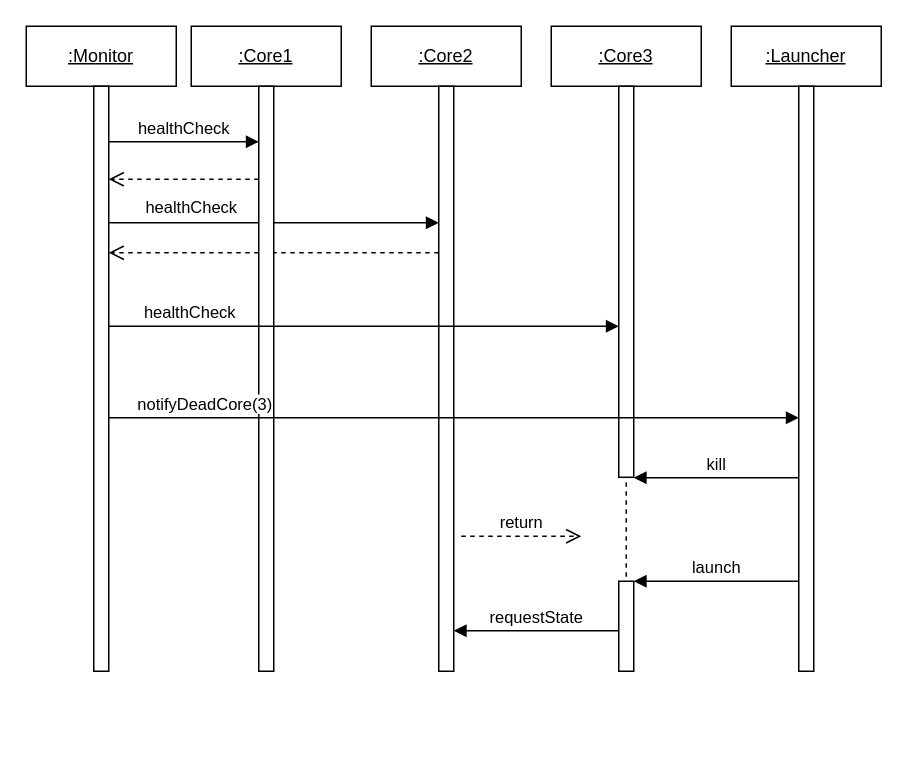
Earlier version of the draw.io diagram Diagrams/hotsparesequence.drawio (oskarbreindahl/Softwarebyggehygge). Source tidied: cells renumbered, new cells numbered last; positions are measured from the earlier drawing's top-left corner, leaving out a move shared by most shapes. Both pictures are drawn from the tidied source at 150%, with x=0, y=0 at pixel (26, 26).
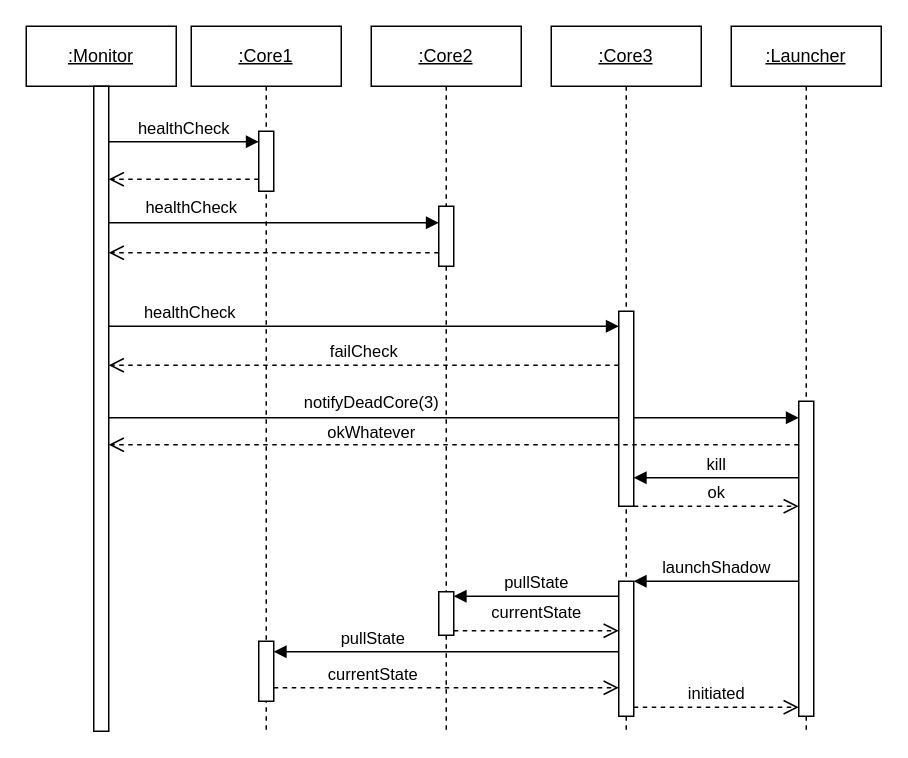
After the change.

The edit, as a diff of the source:
```diff
@@
+    <mxCell id="23" value="failCheck" style="html=1;verticalAlign=bottom;endArrow=open;dashed=1;endSize=8;curved=0;rounded=0;" parent="1" edge="1">
+      <mxGeometry relative="1" as="geometry">
+        <mxPoint x="395" y="226" as="sourcePoint" />
+        <mxPoint x="55" y="226" as="targetPoint" />
+      </mxGeometry>
+    </mxCell>
+    <mxCell id="18" value="notifyDeadCore(3)" style="html=1;verticalAlign=bottom;endArrow=block;curved=0;rounded=0;align=center;" parent="1" edge="1">
+      <mxGeometry x="-0.24" y="1" relative="1" as="geometry">
+        <mxPoint x="55" y="261" as="sourcePoint" />
+        <mxPoint x="515" y="261" as="targetPoint" />
+      </mxGeometry>
+    </mxCell>
@@
     <mxCell id="4" value="&lt;u&gt;:Monitor&lt;/u&gt;" style="shape=umlLifeline;perimeter=lifelinePerimeter;whiteSpace=wrap;html=1;newEdgeStyle={&quot;edgeStyle&quot;:&quot;elbowEdgeStyle&quot;,&quot;elbow&quot;:&quot;vertical&quot;,&quot;curved&quot;:0,&quot;rounded&quot;:0};" parent="1" vertex="1">
-      <mxGeometry width="100" height="430" as="geometry" />
+      <mxGeometry width="100" height="470" as="geometry" />
     </mxCell>
     <mxCell id="5" style="html=1;perimeter=orthogonalPerimeter;targetShapes=umlLifeline;newEdgeStyle={&quot;curved&quot;:0,&quot;rounded&quot;:0};" parent="4" vertex="1">
-      <mxGeometry x="45" y="40" width="10" height="390" as="geometry" />
+      <mxGeometry x="45" y="40" width="10" height="430" as="geometry" />
     </mxCell>
     <mxCell id="6" value="&lt;u&gt;:Core1&lt;/u&gt;" style="shape=umlLifeline;perimeter=lifelinePerimeter;whiteSpace=wrap;html=1;newEdgeStyle={&quot;edgeStyle&quot;:&quot;elbowEdgeStyle&quot;,&quot;elbow&quot;:&quot;vertical&quot;,&quot;curved&quot;:0,&quot;rounded&quot;:0};" parent="1" vertex="1">
-      <mxGeometry x="110" width="100" height="430" as="geometry" />
+      <mxGeometry x="110" width="100" height="470" as="geometry" />
     </mxCell>
     <mxCell id="7" style="html=1;perimeter=orthogonalPerimeter;targetShapes=umlLifeline;newEdgeStyle={&quot;curved&quot;:0,&quot;rounded&quot;:0};" parent="6" vertex="1">
-      <mxGeometry x="45" y="40" width="10" height="390" as="geometry" />
+      <mxGeometry x="45" y="70" width="10" height="40" as="geometry" />
     </mxCell>
+    <mxCell id="24" style="html=1;perimeter=orthogonalPerimeter;targetShapes=umlLifeline;newEdgeStyle={&quot;curved&quot;:0,&quot;rounded&quot;:0};" parent="6" vertex="1">
+      <mxGeometry x="45" y="410" width="10" height="40" as="geometry" />
+    </mxCell>
     <mxCell id="8" value="&lt;u&gt;:Core2&lt;/u&gt;" style="shape=umlLifeline;perimeter=lifelinePerimeter;whiteSpace=wrap;html=1;newEdgeStyle={&quot;edgeStyle&quot;:&quot;elbowEdgeStyle&quot;,&quot;elbow&quot;:&quot;vertical&quot;,&quot;curved&quot;:0,&quot;rounded&quot;:0};" parent="1" vertex="1">
-      <mxGeometry x="230" width="100" height="430" as="geometry" />
+      <mxGeometry x="230" width="100" height="470" as="geometry" />
     </mxCell>
     <mxCell id="9" style="html=1;perimeter=orthogonalPerimeter;targetShapes=umlLifeline;newEdgeStyle={&quot;curved&quot;:0,&quot;rounded&quot;:0};" parent="8" vertex="1">
-      <mxGeometry x="45" y="40" width="10" height="390" as="geometry" />
+      <mxGeometry x="45" y="120" width="10" height="40" as="geometry" />
     </mxCell>
+    <mxCell id="25" style="html=1;perimeter=orthogonalPerimeter;targetShapes=umlLifeline;newEdgeStyle={&quot;curved&quot;:0,&quot;rounded&quot;:0};" parent="8" vertex="1">
+      <mxGeometry x="45" y="377" width="10" height="29" as="geometry" />
+    </mxCell>
     <mxCell id="10" value="&lt;u&gt;:Core3&lt;/u&gt;" style="shape=umlLifeline;perimeter=lifelinePerimeter;whiteSpace=wrap;html=1;newEdgeStyle={&quot;edgeStyle&quot;:&quot;elbowEdgeStyle&quot;,&quot;elbow&quot;:&quot;vertical&quot;,&quot;curved&quot;:0,&quot;rounded&quot;:0};" parent="1" vertex="1">
-      <mxGeometry x="350" width="100" height="430" as="geometry" />
+      <mxGeometry x="350" width="100" height="470" as="geometry" />
     </mxCell>
     <mxCell id="11" style="html=1;perimeter=orthogonalPerimeter;targetShapes=umlLifeline;newEdgeStyle={&quot;curved&quot;:0,&quot;rounded&quot;:0};" parent="10" vertex="1">
-      <mxGeometry x="45" y="40" width="10" height="260.7" as="geometry" />
+      <mxGeometry x="45" y="190" width="10" height="130" as="geometry" />
     </mxCell>
     <mxCell id="12" style="html=1;points=[[0,0,0,0,5],[0,1,0,0,-5],[1,0,0,0,5],[1,1,0,0,-5]];perimeter=orthogonalPerimeter;outlineConnect=0;targetShapes=umlLifeline;portConstraint=eastwest;newEdgeStyle={&quot;curved&quot;:0,&quot;rounded&quot;:0};" parent="10" vertex="1">
-      <mxGeometry x="45" y="370" width="10" height="60" as="geometry" />
+      <mxGeometry x="45" y="370" width="10" height="90" as="geometry" />
     </mxCell>
@@
     <mxCell id="14" value="&lt;u&gt;:Launcher&lt;/u&gt;" style="shape=umlLifeline;perimeter=lifelinePerimeter;whiteSpace=wrap;html=1;newEdgeStyle={&quot;edgeStyle&quot;:&quot;elbowEdgeStyle&quot;,&quot;elbow&quot;:&quot;vertical&quot;,&quot;curved&quot;:0,&quot;rounded&quot;:0};" parent="1" vertex="1">
-      <mxGeometry x="470" width="100" height="430" as="geometry" />
+      <mxGeometry x="470" width="100" height="470" as="geometry" />
     </mxCell>
     <mxCell id="15" style="html=1;points=[[0,0,0,0,5],[0,1,0,0,-5],[1,0,0,0,5],[1,1,0,0,-5]];perimeter=orthogonalPerimeter;outlineConnect=0;targetShapes=umlLifeline;portConstraint=eastwest;newEdgeStyle={&quot;curved&quot;:0,&quot;rounded&quot;:0};" parent="14" vertex="1">
-      <mxGeometry x="45" y="40" width="10" height="390" as="geometry" />
+      <mxGeometry x="45" y="250" width="10" height="210" as="geometry" />
     </mxCell>
@@
-    <mxCell id="18" value="notifyDeadCore(3)" style="html=1;verticalAlign=bottom;endArrow=block;curved=0;rounded=0;align=center;" parent="1" edge="1">
-      <mxGeometry x="-0.72" relative="1" as="geometry">
-        <mxPoint x="55" y="261" as="sourcePoint" />
-        <mxPoint x="515" y="261" as="targetPoint" />
-      </mxGeometry>
-    </mxCell>
@@
-    <mxCell id="20" value="launch" style="html=1;verticalAlign=bottom;endArrow=block;curved=0;rounded=0;" parent="1" edge="1" source="15" target="12">
+    <mxCell id="20" value="launchShadow" style="html=1;verticalAlign=bottom;endArrow=block;curved=0;rounded=0;" parent="1" edge="1" source="15" target="12">
       <mxGeometry relative="1" as="geometry" />
     </mxCell>
-    <mxCell id="21" value="requestState" style="html=1;verticalAlign=bottom;endArrow=block;curved=0;rounded=0;" parent="1" edge="1">
+    <mxCell id="21" value="pullState" style="html=1;verticalAlign=bottom;endArrow=block;curved=0;rounded=0;" parent="1" edge="1">
       <mxGeometry relative="1" as="geometry">
-        <mxPoint x="395" y="403" as="sourcePoint" />
-        <mxPoint x="285" y="403" as="targetPoint" />
+        <mxPoint x="395" y="380" as="sourcePoint" />
+        <mxPoint x="285" y="380" as="targetPoint" />
       </mxGeometry>
     </mxCell>
-    <mxCell id="22" value="return" style="html=1;verticalAlign=bottom;endArrow=open;dashed=1;endSize=8;curved=0;rounded=0;" parent="1" edge="1">
+    <mxCell id="22" value="ok" style="html=1;verticalAlign=bottom;endArrow=open;dashed=1;endSize=8;curved=0;rounded=0;" parent="1" edge="1">
       <mxGeometry relative="1" as="geometry">
-        <mxPoint x="290" y="340" as="sourcePoint" />
-        <mxPoint x="370" y="340" as="targetPoint" />
+        <mxPoint x="405" y="320" as="sourcePoint" />
+        <mxPoint x="515" y="320" as="targetPoint" />
       </mxGeometry>
     </mxCell>
+    <mxCell id="26" value="pullState" style="html=1;verticalAlign=bottom;endArrow=block;curved=0;rounded=0;" parent="1" edge="1">
+      <mxGeometry x="0.43" relative="1" as="geometry">
+        <mxPoint x="395" y="417" as="sourcePoint" />
+        <mxPoint x="165" y="417" as="targetPoint" />
+      </mxGeometry>
+    </mxCell>
+    <mxCell id="27" value="currentState" style="html=1;verticalAlign=bottom;endArrow=open;dashed=1;endSize=8;curved=0;rounded=0;" parent="1" edge="1">
+      <mxGeometry x="-0.43" relative="1" as="geometry">
+        <mxPoint x="165" y="441" as="sourcePoint" />
+        <mxPoint x="395" y="441" as="targetPoint" />
+      </mxGeometry>
+    </mxCell>
+    <mxCell id="28" value="currentState" style="html=1;verticalAlign=bottom;endArrow=open;dashed=1;endSize=8;curved=0;rounded=0;" parent="1" edge="1">
+      <mxGeometry y="3" relative="1" as="geometry">
+        <mxPoint x="285" y="403" as="sourcePoint" />
+        <mxPoint x="395" y="403" as="targetPoint" />
+      </mxGeometry>
+    </mxCell>
+    <mxCell id="29" value="initiated" style="html=1;verticalAlign=bottom;endArrow=open;dashed=1;endSize=8;curved=0;rounded=0;" parent="1" edge="1">
+      <mxGeometry relative="1" as="geometry">
+        <mxPoint x="405" y="454" as="sourcePoint" />
+        <mxPoint x="515" y="454" as="targetPoint" />
+      </mxGeometry>
+    </mxCell>
+    <mxCell id="30" value="okWhatever" style="html=1;verticalAlign=bottom;endArrow=open;dashed=1;endSize=8;curved=0;rounded=0;" parent="1" edge="1">
+      <mxGeometry x="0.24" y="1" relative="1" as="geometry">
+        <mxPoint x="515" y="279" as="sourcePoint" />
+        <mxPoint x="55" y="279" as="targetPoint" />
+      </mxGeometry>
+    </mxCell>
```
